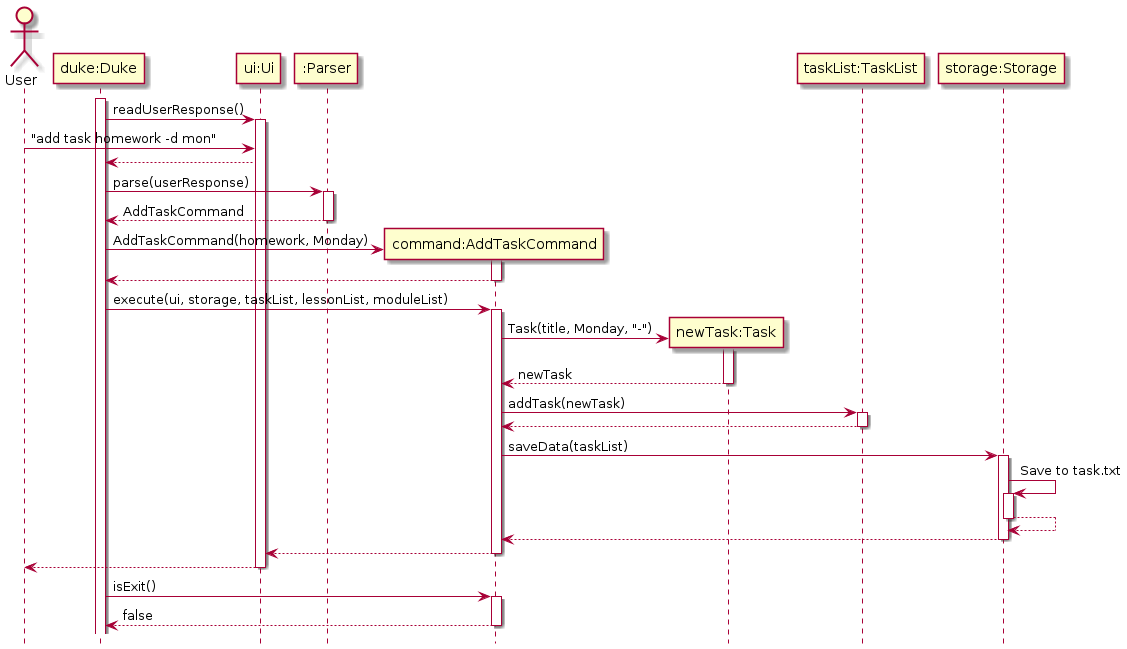
Above: docs/images/ArchitectureDemoSequenceDiagram.png in nus-cs2113-AY2122S1/tp (PlantUML), before the change. Its diagram source:
```plantuml
@startuml
!include Style.puml

actor User

participant "duke:Duke" as Duke
participant "ui:Ui" as Ui
participant ":Parser" as Parser
participant "command:AddTaskCommand" as Command
participant "newTask:Task" as Task
participant "taskList:TaskList" as TaskList
participant "storage:Storage" as Storage

activate Duke
Duke -> Ui: readUserResponse()

activate Ui
User -> Ui: "add task homework -d mon"
Ui --> Duke

Duke -> Parser: parse(userResponse)
activate Parser
Parser --> Duke: AddTaskCommand
deactivate Parser

create Command
Duke -> Command: AddTaskCommand(homework, Monday)
activate Command

Command --> Duke
deactivate Command

Duke -> Command: execute(ui, storage, taskList, lessonList, moduleList)
activate Command

create Task
Command -> Task: Task(title, Monday, "-")

activate Task
Task --> Command: newTask
deactivate Task

Command -> TaskList: addTask(newTask)
activate TaskList
TaskList --> Command
deactivate TaskList

Command -> Storage: saveData(taskList)
activate Storage
Storage -> Storage: Save to task.txt
activate Storage
Storage --> Storage
deactivate Storage
Storage --> Command
deactivate Storage

Command --> Ui
deactivate Command

Ui --> User
deactivate Ui

Duke -> Command: isExit()
activate Command
Command --> Duke: false
deactivate Command
@enduml
```
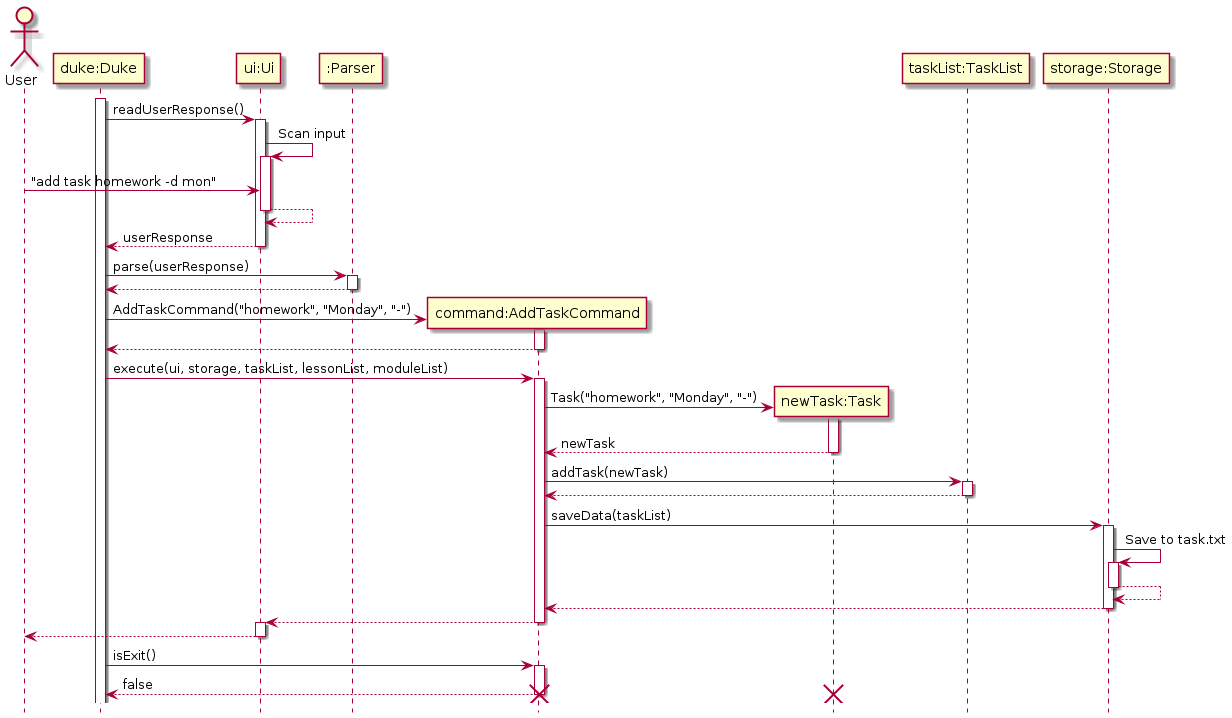
After the change.

Commit message:
Update sequence diagram for architecture demo

Change to the diagram source:
```diff
@@ -15,18 +15,28 @@
 Duke -> Ui: readUserResponse()
 
 activate Ui
+
+Ui -> Ui: Scan input
+activate Ui
+
 User -> Ui: "add task homework -d mon"
-Ui --> Duke
+
+Ui --> Ui
+deactivate Ui
+
+Ui --> Duke: userResponse
+deactivate Ui
 
 Duke -> Parser: parse(userResponse)
 activate Parser
-Parser --> Duke: AddTaskCommand
+
+Parser --> Duke
 deactivate Parser
 
 create Command
-Duke -> Command: AddTaskCommand(homework, Monday)
+Duke -> Command: AddTaskCommand("homework", "Monday", "-")
+
 activate Command
-
 Command --> Duke
 deactivate Command
 
@@ -34,7 +44,7 @@
 activate Command
 
 create Task
-Command -> Task: Task(title, Monday, "-")
+Command -> Task: Task("homework", "Monday", "-")
 
 activate Task
 Task --> Command: newTask
@@ -42,26 +52,35 @@
 
 Command -> TaskList: addTask(newTask)
 activate TaskList
+
 TaskList --> Command
 deactivate TaskList
 
 Command -> Storage: saveData(taskList)
 activate Storage
+
 Storage -> Storage: Save to task.txt
 activate Storage
+
 Storage --> Storage
 deactivate Storage
+
 Storage --> Command
 deactivate Storage
 
 Command --> Ui
 deactivate Command
 
+activate Ui
 Ui --> User
 deactivate Ui
 
 Duke -> Command: isExit()
 activate Command
+
 Command --> Duke: false
 deactivate Command
+
+destroy Task
+destroy Command
 @enduml
```
